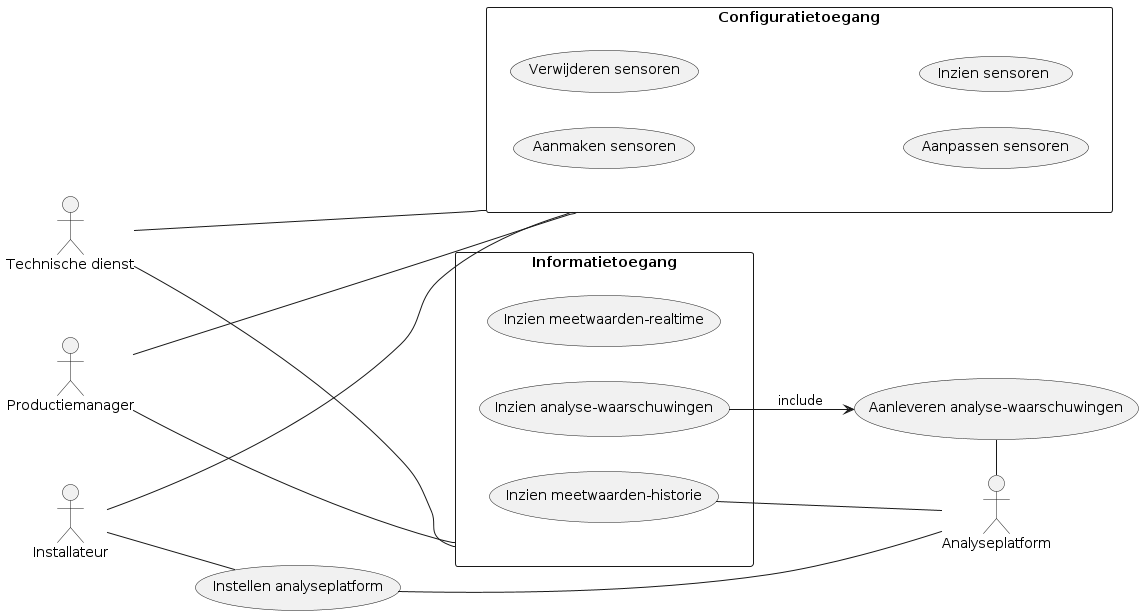
This is out/docs/development/main_UCD/main_UCD.png from FinnsterB/soda-factory-data-collection, a PlantUML export, as it was before one commit.
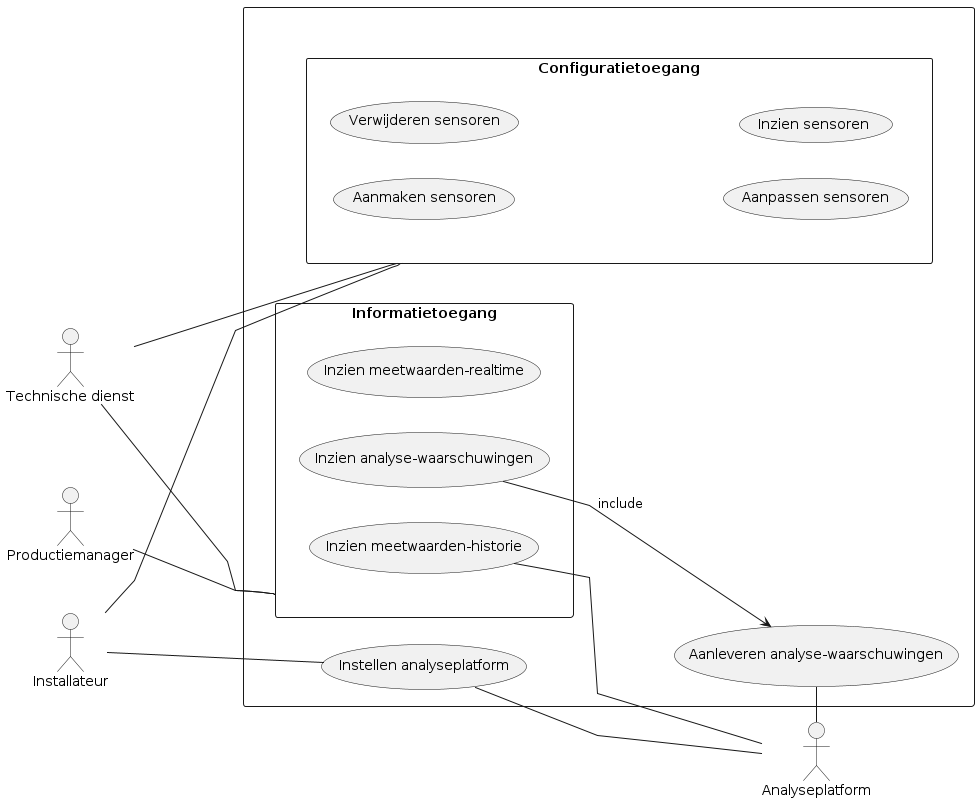
The same file after the commit.

Change to the diagram source:
```diff
@@ -1,11 +1,14 @@
 @startuml main_UCD
 left to right direction
+
+skinparam linetype polyline
 
 actor Productiemanager as a1
 actor "Technische dienst" as a2
 actor Installateur as a4
 actor Analyseplatform as a5
 
+rectangle " " as rect{
 rectangle "Configuratietoegang" as rect1{
 usecase "Aanmaken sensoren" as uc1
 usecase "Verwijderen sensoren" as uc2
@@ -19,8 +22,7 @@
 }
 usecase "Instellen analyseplatform" as uc8
 usecase "Aanleveren analyse-waarschuwingen" as uc9
-
-a1 --- rect1
+}
 
 a1 --- rect2
 
```
